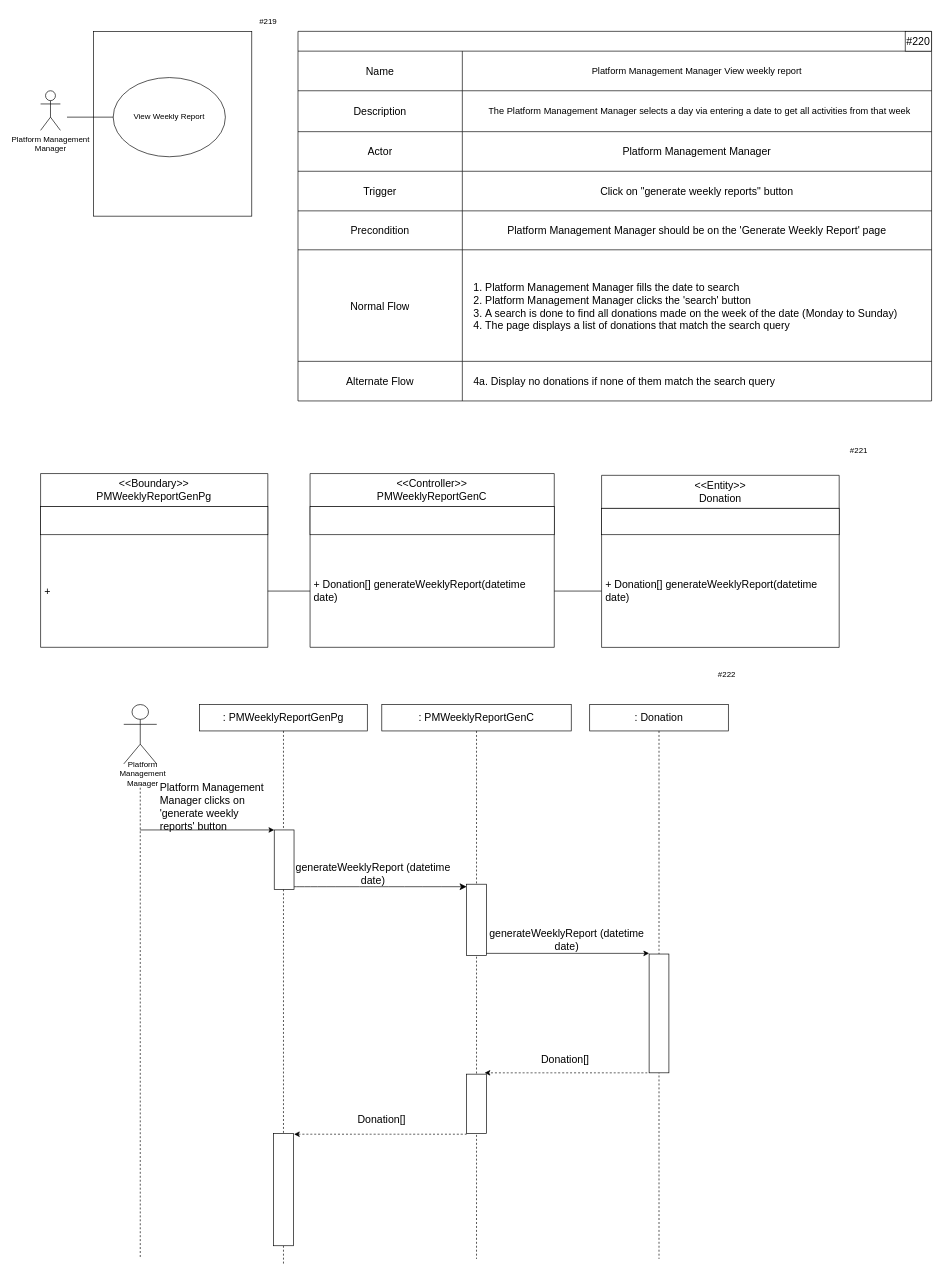
Before: page "User Story #56" (7 of 10) of Diagrams/Project_Management_Diagrams.drawio in allanchia1-stack/brain-boost, a draw.io diagram. Source tidied: cells renumbered, new cells numbered last; positions are measured from the earlier drawing's top-left corner, leaving out a move shared by most shapes. Both pictures are drawn from the tidied source at 66%, with x=0, y=0 at pixel (40, 11).
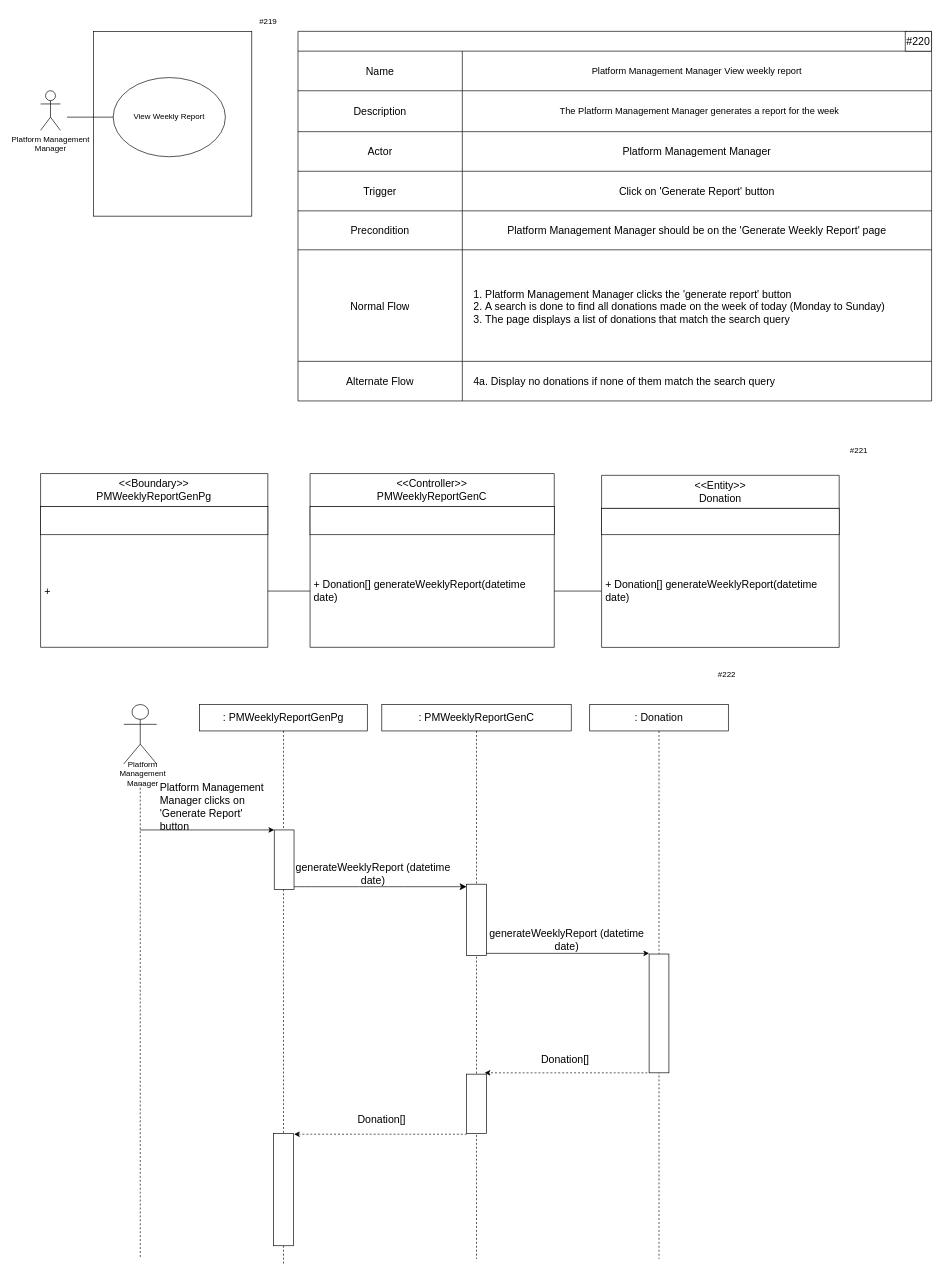
Above is the later version.

The change refers to these unchanged cells:
```xml
<mxCell id="12" style="shape=tableRow;horizontal=0;startSize=0;swimlaneHead=0;swimlaneBody=0;strokeColor=inherit;top=0;left=0;bottom=0;right=0;fillColor=none;fontSize=16;spacingLeft=3;" parent="8" vertex="1">
  <mxGeometry y="90" width="960" height="62" as="geometry" />
</mxCell>
<mxCell id="18" style="shape=tableRow;horizontal=0;startSize=0;swimlaneHead=0;swimlaneBody=0;strokeColor=inherit;top=0;left=0;bottom=0;right=0;fillColor=none;fontSize=16;" parent="8" vertex="1">
  <mxGeometry y="212" width="960" height="60" as="geometry" />
</mxCell>
<mxCell id="24" style="shape=tableRow;horizontal=0;startSize=0;swimlaneHead=0;swimlaneBody=0;strokeColor=inherit;top=0;left=0;bottom=0;right=0;fillColor=none;fontSize=14;spacing=0;" parent="8" vertex="1">
  <mxGeometry y="331" width="960" height="169" as="geometry" />
</mxCell>
```

The edit, as a diff of the source:
```diff
@@
-    <mxCell id="14" value="&lt;div class=&quot;us-data&quot; style=&quot;text-align: left; box-sizing: border-box; margin: 0px; padding: 0px; border: 0px; font-variant-numeric: inherit; font-variant-east-asian: inherit; font-variant-alternates: inherit; font-variant-position: inherit; font-variant-emoji: inherit; font-stretch: inherit; line-height: inherit; font-optical-sizing: inherit; font-size-adjust: inherit; font-kerning: inherit; font-feature-settings: inherit; font-variation-settings: inherit; font-language-override: inherit; vertical-align: baseline; align-items: center; display: flex;&quot;&gt;&lt;font style=&quot;text-align: center;&quot;&gt;&lt;span style=&quot;font-family: Ubuntu-Regular, Arial, Helvetica, sans-serif; text-align: left;&quot;&gt;The&amp;nbsp;&lt;/span&gt;&lt;span style=&quot;white-space: nowrap;&quot;&gt;Platform Management Manager&lt;/span&gt;&lt;span style=&quot;font-family: Ubuntu-Regular, Arial, Helvetica, sans-serif; text-align: left;&quot;&gt;&amp;nbsp;selects a day via entering a date to get all activities from that week&lt;/span&gt;&lt;/font&gt;&lt;p style=&quot;font-family: Ubuntu-Regular, Arial, Helvetica, sans-serif;&quot;&gt;&lt;/p&gt;&lt;p class=&quot;status-value&quot; style=&quot;font-family: inherit; color: rgb(0, 0, 0); box-sizing: border-box; margin: 0.25em 0px 0px auto; padding: 0px; border: 0px; font-style: inherit; font-variant: inherit; font-weight: inherit; font-stretch: inherit; line-height: 1.5; font-optical-sizing: inherit; font-size-adjust: inherit; font-kerning: inherit; font-feature-settings: inherit; font-variation-settings: inherit; font-language-override: inherit; vertical-align: baseline; text-transform: uppercase; width: fit-content;&quot;&gt;&lt;/p&gt;&lt;/div&gt;" style="shape=partialRectangle;html=1;whiteSpace=wrap;strokeColor=inherit;overflow=hidden;fillColor=none;top=0;left=0;bottom=0;right=0;fontSize=14;align=center;spacingLeft=8;" parent="12" vertex="1">
+    <mxCell id="14" value="&lt;div class=&quot;us-data&quot; style=&quot;text-align: left; box-sizing: border-box; margin: 0px; padding: 0px; border: 0px; font-variant-numeric: inherit; font-variant-east-asian: inherit; font-variant-alternates: inherit; font-variant-position: inherit; font-variant-emoji: inherit; font-stretch: inherit; line-height: inherit; font-optical-sizing: inherit; font-size-adjust: inherit; font-kerning: inherit; font-feature-settings: inherit; font-variation-settings: inherit; font-language-override: inherit; vertical-align: baseline; align-items: center; display: flex;&quot;&gt;&lt;font style=&quot;text-align: center;&quot;&gt;&lt;span style=&quot;font-family: Ubuntu-Regular, Arial, Helvetica, sans-serif; text-align: left;&quot;&gt;The &lt;/span&gt;&lt;span style=&quot;white-space: nowrap;&quot;&gt;Platform Management Manager&lt;/span&gt;&lt;span style=&quot;font-family: Ubuntu-Regular, Arial, Helvetica, sans-serif; text-align: left;&quot;&gt; generates a report for the week&lt;/span&gt;&lt;/font&gt;&lt;p style=&quot;font-family: Ubuntu-Regular, Arial, Helvetica, sans-serif;&quot;&gt;&lt;/p&gt;&lt;p class=&quot;status-value&quot; style=&quot;font-family: inherit; color: rgb(0, 0, 0); box-sizing: border-box; margin: 0.25em 0px 0px auto; padding: 0px; border: 0px; font-style: inherit; font-variant: inherit; font-weight: inherit; font-stretch: inherit; line-height: 1.5; font-optical-sizing: inherit; font-size-adjust: inherit; font-kerning: inherit; font-feature-settings: inherit; font-variation-settings: inherit; font-language-override: inherit; vertical-align: baseline; text-transform: uppercase; width: fit-content;&quot;&gt;&lt;/p&gt;&lt;/div&gt;" style="shape=partialRectangle;html=1;whiteSpace=wrap;strokeColor=inherit;overflow=hidden;fillColor=none;top=0;left=0;bottom=0;right=0;fontSize=14;align=center;spacingLeft=8;" parent="12" vertex="1">
       <mxGeometry x="249" width="711" height="62" as="geometry" />
     </mxCell>
@@
-    <mxCell id="20" value="Click on &quot;generate weekly reports&quot; button" style="shape=partialRectangle;html=1;whiteSpace=wrap;strokeColor=inherit;overflow=hidden;fillColor=none;top=0;left=0;bottom=0;right=0;fontSize=16;spacingLeft=0;" parent="18" vertex="1">
+    <mxCell id="20" value="Click on 'Generate Report' button" style="shape=partialRectangle;html=1;whiteSpace=wrap;strokeColor=inherit;overflow=hidden;fillColor=none;top=0;left=0;bottom=0;right=0;fontSize=16;spacingLeft=0;" parent="18" vertex="1">
       <mxGeometry x="249" width="711" height="60" as="geometry" />
     </mxCell>
@@
-    <mxCell id="26" value="&lt;ol&gt;&lt;li&gt;Platform Management Manager fills the date to search&lt;/li&gt;&lt;li&gt;Platform Management Manager clicks the 'search' button&lt;/li&gt;&lt;li&gt;A search is done to find all donations made on the week of the date (Monday to Sunday)&lt;/li&gt;&lt;li&gt;The page displays a list of donations that match the search query&lt;/li&gt;&lt;/ol&gt;" style="shape=partialRectangle;html=1;whiteSpace=wrap;strokeColor=inherit;overflow=hidden;fillColor=none;top=0;left=0;bottom=0;right=0;fontSize=16;spacingLeft=5;spacing=-10;spacingBottom=-3;align=left;" parent="24" vertex="1">
+    <mxCell id="26" value="&lt;ol&gt;&lt;li&gt;&lt;span style=&quot;background-color: transparent; color: light-dark(rgb(0, 0, 0), rgb(255, 255, 255));&quot;&gt;Platform Management Manager clicks the 'generate report' button&lt;/span&gt;&lt;/li&gt;&lt;li&gt;A search is done to find all donations made on the week of today (Monday to Sunday)&lt;/li&gt;&lt;li&gt;The page displays a list of donations that match the search query&lt;/li&gt;&lt;/ol&gt;" style="shape=partialRectangle;html=1;whiteSpace=wrap;strokeColor=inherit;overflow=hidden;fillColor=none;top=0;left=0;bottom=0;right=0;fontSize=16;spacingLeft=5;spacing=-10;spacingBottom=-3;align=left;" parent="24" vertex="1">
       <mxGeometry x="249" width="711" height="169" as="geometry" />
     </mxCell>
@@
-    <mxCell id="63" value="&lt;div style=&quot;text-align: left;&quot;&gt;&lt;span style=&quot;text-align: center;&quot;&gt;Platform Management Manager clicks on '&lt;/span&gt;&lt;span style=&quot;text-align: center;&quot;&gt;generate weekly reports&lt;/span&gt;&lt;span style=&quot;text-align: center;&quot;&gt;' button&lt;/span&gt;&lt;/div&gt;" style="text;html=1;whiteSpace=wrap;strokeColor=none;fillColor=none;align=center;verticalAlign=middle;rounded=0;fontSize=16;" parent="1" vertex="1">
+    <mxCell id="63" value="&lt;div style=&quot;text-align: left;&quot;&gt;&lt;span style=&quot;text-align: center;&quot;&gt;Platform Management Manager clicks on '&lt;/span&gt;&lt;span style=&quot;text-align: center;&quot;&gt;Generate Report&lt;/span&gt;&lt;span style=&quot;text-align: center;&quot;&gt;' button&lt;/span&gt;&lt;/div&gt;" style="text;html=1;whiteSpace=wrap;strokeColor=none;fillColor=none;align=center;verticalAlign=middle;rounded=0;fontSize=16;" parent="1" vertex="1">
       <mxGeometry x="180.3" y="1190" width="164" height="30" as="geometry" />
     </mxCell>
```
